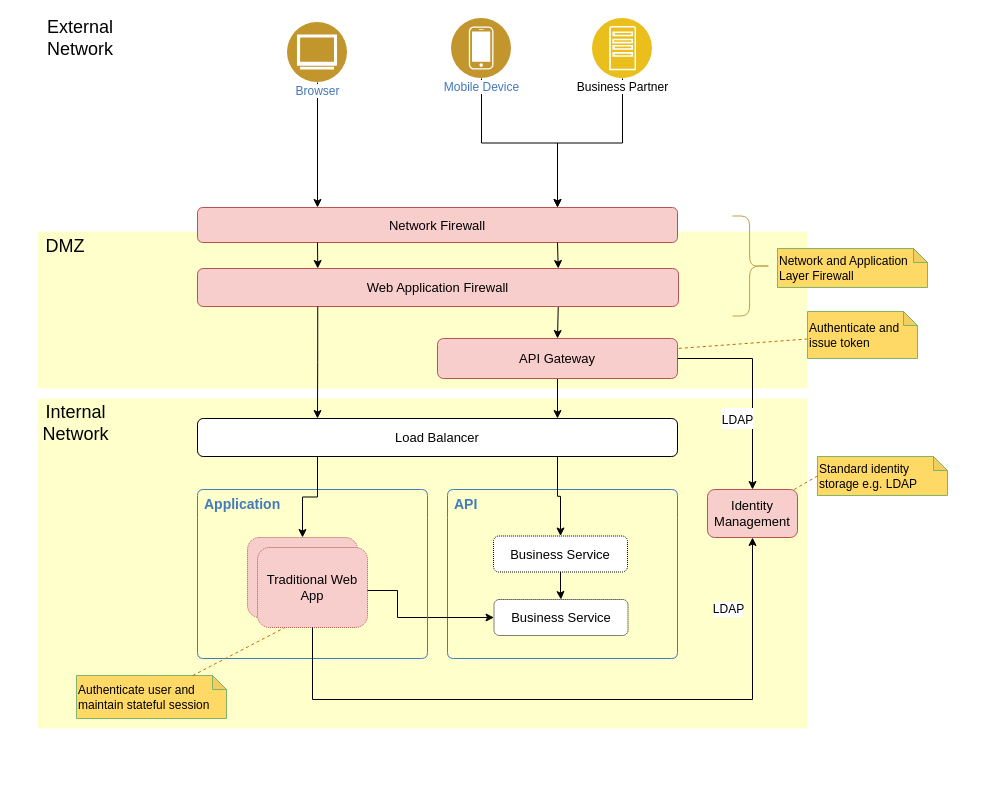
Above: page "Security Layer - Target" (1 of 5) of F5 Architecture.drawio in whalebig27/change-request-process-diagram (draw.io), before the change. Source tidied: cells renumbered, new cells numbered last; positions are measured from the earlier drawing's top-left corner, leaving out a move shared by most shapes. Both pictures are drawn from the tidied source at 100%, with x=0, y=0 at pixel (37, 18).
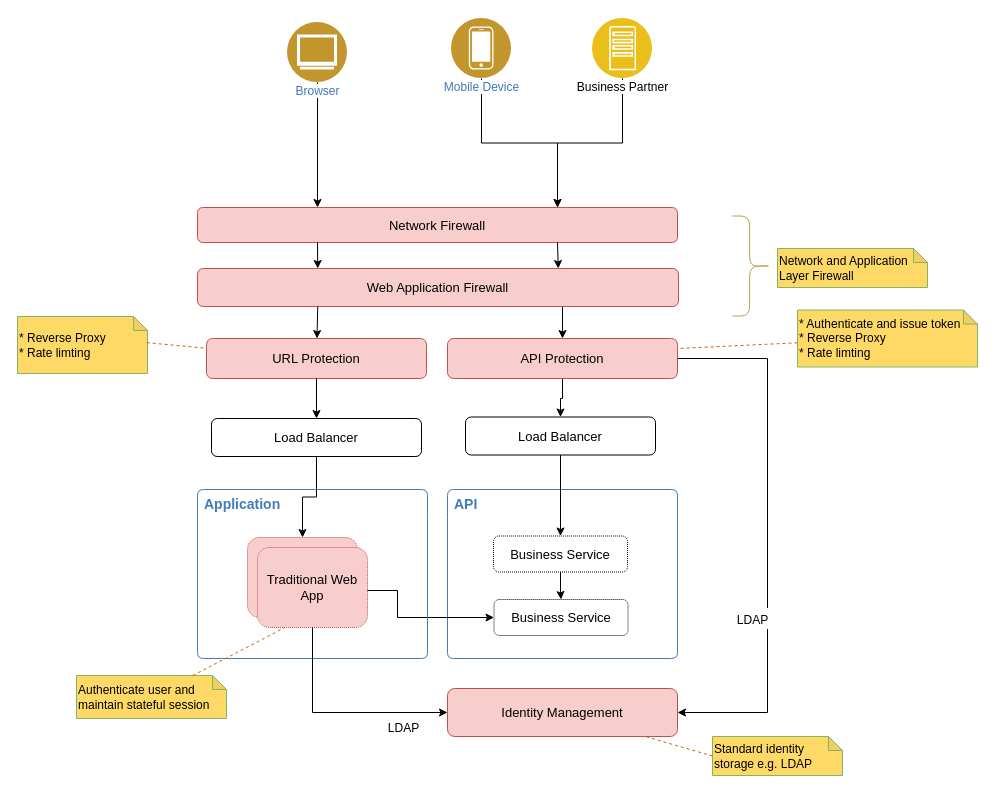
After the change.

Unchanged cells that the change refers to:
```xml
<mxCell id="6" value="Business Service" style="rounded=1;whiteSpace=wrap;html=1;fontSize=13;dashed=1;strokeWidth=1;dashPattern=1 1;" parent="5" vertex="1">
  <mxGeometry x="46" y="46.5" width="134" height="36" as="geometry" />
</mxCell>
<mxCell id="8" value="Web Application Firewall" style="rounded=1;whiteSpace=wrap;html=1;fillColor=#f8cecc;strokeColor=#b85450;fontSize=13;verticalAlign=middle;labelPosition=center;verticalLabelPosition=middle;align=center;" parent="1" vertex="1">
  <mxGeometry x="160" y="250" width="481" height="38" as="geometry" />
</mxCell>
<mxCell id="21" style="rounded=1;whiteSpace=wrap;html=1;fontSize=13;dashed=1;strokeWidth=1;dashPattern=1 1;fillColor=#f8cecc;strokeColor=#b85450;" parent="1" vertex="1">
  <mxGeometry x="210" y="519" width="110" height="80" as="geometry" />
</mxCell>
<mxCell id="23" value="Traditional Web App" style="rounded=1;whiteSpace=wrap;html=1;fontSize=13;dashed=1;strokeWidth=1;dashPattern=1 1;fillColor=#f8cecc;strokeColor=#b85450;" parent="1" vertex="1">
  <mxGeometry x="220" y="529" width="110" height="80" as="geometry" />
</mxCell>
```

Change to the diagram source:
```diff
@@
-    <mxCell id="2" style="rounded=0;whiteSpace=wrap;html=1;shadow=0;strokeWidth=1;fontSize=12;fillColor=#FFFFCC;strokeColor=none;" parent="1" vertex="1">
-      <mxGeometry y="380" width="770" height="330" as="geometry" />
-    </mxCell>
-    <mxCell id="3" style="rounded=0;whiteSpace=wrap;html=1;shadow=0;strokeWidth=1;fontSize=12;fillColor=#FFFFCC;strokeColor=none;" parent="1" vertex="1">
-      <mxGeometry y="213" width="770" height="157" as="geometry" />
-    </mxCell>
@@
-    <mxCell id="14" value="DMZ" style="text;html=1;strokeColor=none;fillColor=none;align=center;verticalAlign=middle;whiteSpace=wrap;rounded=0;shadow=0;fontSize=18;" parent="1" vertex="1">
-      <mxGeometry x="6" y="218" width="44" height="20" as="geometry" />
-    </mxCell>
-    <mxCell id="15" value="External Network" style="text;html=1;strokeColor=none;fillColor=none;align=center;verticalAlign=middle;whiteSpace=wrap;rounded=0;shadow=0;fontSize=18;" parent="1" vertex="1">
-      <mxGeometry x="7" width="72" height="40" as="geometry" />
-    </mxCell>
-    <mxCell id="16" value="Internal Network" style="text;html=1;strokeColor=none;fillColor=none;align=center;verticalAlign=middle;whiteSpace=wrap;rounded=0;shadow=0;fontSize=18;" parent="1" vertex="1">
-      <mxGeometry x="7" y="386" width="63" height="37" as="geometry" />
-    </mxCell>
-    <mxCell id="17" style="edgeStyle=orthogonalEdgeStyle;rounded=0;jettySize=auto;html=1;entryX=0.5;entryY=0;entryDx=0;entryDy=0;strokeColor=#000000;fontSize=18;exitX=0.75;exitY=1;exitDx=0;exitDy=0;" parent="1" edge="1" source="18" target="6">
+    <mxCell id="17" style="edgeStyle=orthogonalEdgeStyle;rounded=0;jettySize=auto;html=1;entryX=0.5;entryY=0;entryDx=0;entryDy=0;strokeColor=#000000;fontSize=18;exitX=0.5;exitY=1;exitDx=0;exitDy=0;" parent="1" edge="1" source="45" target="6">
       <mxGeometry relative="1" as="geometry" />
     </mxCell>
     <mxCell id="18" value="Load Balancer" style="rounded=1;whiteSpace=wrap;html=1;fontSize=13;verticalAlign=middle;labelPosition=center;verticalLabelPosition=middle;align=center;" parent="1" vertex="1">
-      <mxGeometry x="160" y="400" width="480" height="38" as="geometry" />
+      <mxGeometry x="174" y="400" width="210" height="38" as="geometry" />
     </mxCell>
@@
-    <mxCell id="26" style="edgeStyle=orthogonalEdgeStyle;rounded=0;jettySize=auto;html=1;strokeColor=#000000;fontSize=18;exitX=0.25;exitY=1;exitDx=0;exitDy=0;" parent="1" edge="1" source="18" target="21">
+    <mxCell id="26" style="edgeStyle=orthogonalEdgeStyle;rounded=0;jettySize=auto;html=1;strokeColor=#000000;fontSize=18;exitX=0.5;exitY=1;exitDx=0;exitDy=0;" parent="1" edge="1" source="18" target="21">
       <mxGeometry relative="1" as="geometry" />
     </mxCell>
-    <mxCell id="27" value="&lt;font style=&quot;font-size: 12px&quot;&gt;LDAP&lt;/font&gt;" style="edgeStyle=orthogonalEdgeStyle;rounded=0;jettySize=auto;html=1;strokeColor=#000000;fontSize=18;" parent="1" edge="1" source="30" target="31">
-      <mxGeometry x="0.31" y="-15" relative="1" as="geometry" />
+    <mxCell id="27" value="&lt;font style=&quot;font-size: 12px&quot;&gt;LDAP&lt;/font&gt;" style="edgeStyle=orthogonalEdgeStyle;rounded=0;jettySize=auto;html=1;strokeColor=#000000;fontSize=18;entryX=1;entryY=0.5;entryDx=0;entryDy=0;exitX=1;exitY=0.5;exitDx=0;exitDy=0;" parent="1" edge="1" source="30" target="31">
+      <mxGeometry x="0.31" y="-15" relative="1" as="geometry">
+        <Array as="points">
+          <mxPoint x="730" y="340" />
+          <mxPoint x="730" y="694" />
+        </Array>
+      </mxGeometry>
     </mxCell>
-    <mxCell id="28" style="edgeStyle=orthogonalEdgeStyle;rounded=0;jettySize=auto;html=1;entryX=0.75;entryY=0;entryDx=0;entryDy=0;strokeColor=#000000;fontSize=18;" parent="1" edge="1" source="30" target="18">
+    <mxCell id="28" style="edgeStyle=orthogonalEdgeStyle;rounded=0;jettySize=auto;html=1;entryX=0.5;entryY=0;entryDx=0;entryDy=0;strokeColor=#000000;fontSize=18;" parent="1" edge="1" source="30" target="45">
       <mxGeometry relative="1" as="geometry" />
     </mxCell>
-    <mxCell id="29" style="edgeStyle=orthogonalEdgeStyle;rounded=0;jettySize=auto;html=1;strokeColor=#000000;fontSize=18;exitX=0.25;exitY=1;exitDx=0;exitDy=0;entryX=0.25;entryY=0;entryDx=0;entryDy=0;" parent="1" edge="1" source="8" target="18">
+    <mxCell id="29" style="rounded=0;jettySize=auto;html=1;strokeColor=#000000;fontSize=18;exitX=0.25;exitY=1;exitDx=0;exitDy=0;" parent="1" edge="1" source="8" target="44">
       <mxGeometry relative="1" as="geometry" />
     </mxCell>
-    <mxCell id="30" value="API Gateway" style="rounded=1;whiteSpace=wrap;html=1;fillColor=#f8cecc;strokeColor=#b85450;fontSize=13;verticalAlign=middle;labelPosition=center;verticalLabelPosition=middle;align=center;" parent="1" vertex="1">
-      <mxGeometry x="400" y="320" width="240" height="40" as="geometry" />
+    <mxCell id="30" value="API Protection" style="rounded=1;whiteSpace=wrap;html=1;fillColor=#f8cecc;strokeColor=#b85450;fontSize=13;verticalAlign=middle;labelPosition=center;verticalLabelPosition=middle;align=center;" parent="1" vertex="1">
+      <mxGeometry x="410" y="320" width="230" height="40" as="geometry" />
     </mxCell>
     <mxCell id="31" value="Identity Management" style="rounded=1;whiteSpace=wrap;html=1;fontSize=13;strokeWidth=1;fillColor=#f8cecc;strokeColor=#b85450;" parent="1" vertex="1">
-      <mxGeometry x="670" y="471" width="90" height="48" as="geometry" />
+      <mxGeometry x="410" y="670" width="230" height="48" as="geometry" />
     </mxCell>
-    <mxCell id="32" style="edgeStyle=orthogonalEdgeStyle;rounded=0;jettySize=auto;html=1;strokeColor=#000000;fontSize=18;entryX=0.5;entryY=1;entryDx=0;entryDy=0;exitX=0.5;exitY=1;exitDx=0;exitDy=0;" parent="1" edge="1" source="23" target="31">
-      <mxGeometry relative="1" as="geometry">
-        <Array as="points">
-          <mxPoint x="275" y="681" />
-          <mxPoint x="715" y="681" />
-        </Array>
-      </mxGeometry>
+    <mxCell id="32" style="rounded=0;jettySize=auto;html=1;strokeColor=#000000;fontSize=18;entryX=0;entryY=0.5;entryDx=0;entryDy=0;exitX=0.5;exitY=1;exitDx=0;exitDy=0;edgeStyle=orthogonalEdgeStyle;" parent="1" edge="1" source="23" target="31">
+      <mxGeometry relative="1" as="geometry" />
     </mxCell>
@@
-    <mxCell id="36" value="Authenticate and issue token" style="shape=note;whiteSpace=wrap;html=1;backgroundOutline=1;darkOpacity=0.05;shadow=0;strokeColor=#82b366;strokeWidth=1;fillColor=#FFD966;fontSize=12;align=left;size=14;" parent="1" vertex="1">
-      <mxGeometry x="770" y="293" width="110" height="47" as="geometry" />
+    <mxCell id="36" value="* Authenticate and issue token&lt;br&gt;* Reverse Proxy&lt;br&gt;* Rate limting" style="shape=note;whiteSpace=wrap;html=1;backgroundOutline=1;darkOpacity=0.05;shadow=0;strokeColor=#82b366;strokeWidth=1;fillColor=#FFD966;fontSize=12;align=left;size=14;" parent="1" vertex="1">
+      <mxGeometry x="760" y="291.5" width="180" height="57" as="geometry" />
     </mxCell>
@@
     <mxCell id="39" value="Standard identity storage e.g. LDAP" style="shape=note;whiteSpace=wrap;html=1;backgroundOutline=1;darkOpacity=0.05;shadow=0;strokeColor=#82b366;strokeWidth=1;fillColor=#FFD966;fontSize=12;align=left;size=14;" parent="1" vertex="1">
-      <mxGeometry x="780" y="438" width="130" height="39" as="geometry" />
+      <mxGeometry x="675" y="718" width="130" height="39" as="geometry" />
     </mxCell>
@@
+    <mxCell id="44" value="URL Protection" style="rounded=1;whiteSpace=wrap;html=1;fillColor=#f8cecc;strokeColor=#b85450;fontSize=13;verticalAlign=middle;labelPosition=center;verticalLabelPosition=middle;align=center;" parent="1" vertex="1">
+      <mxGeometry x="169" y="320" width="220" height="40" as="geometry" />
+    </mxCell>
+    <mxCell id="45" value="Load Balancer" style="rounded=1;whiteSpace=wrap;html=1;fontSize=13;verticalAlign=middle;labelPosition=center;verticalLabelPosition=middle;align=center;" parent="1" vertex="1">
+      <mxGeometry x="428" y="398.5" width="190" height="38" as="geometry" />
+    </mxCell>
+    <mxCell id="46" style="rounded=0;jettySize=auto;html=1;strokeColor=#000000;fontSize=18;exitX=0.5;exitY=1;exitDx=0;exitDy=0;entryX=0.5;entryY=0;entryDx=0;entryDy=0;" parent="1" edge="1" source="44" target="18">
+      <mxGeometry relative="1" as="geometry" />
+    </mxCell>
+    <mxCell id="47" value="* Reverse Proxy&lt;br&gt;* Rate limting" style="shape=note;whiteSpace=wrap;html=1;backgroundOutline=1;darkOpacity=0.05;shadow=0;strokeColor=#82b366;strokeWidth=1;fillColor=#FFD966;fontSize=12;align=left;size=14;" parent="1" vertex="1">
+      <mxGeometry x="-20" y="298" width="130" height="57" as="geometry" />
+    </mxCell>
+    <mxCell id="48" style="rounded=0;jettySize=auto;html=1;strokeColor=#CC6600;fontSize=12;endArrow=none;endFill=0;dashed=1;fillColor=#eeeeee;exitX=0.994;exitY=0.459;exitDx=0;exitDy=0;exitPerimeter=0;" parent="1" edge="1" source="47" target="44">
+      <mxGeometry relative="1" as="geometry" />
+    </mxCell>
```
